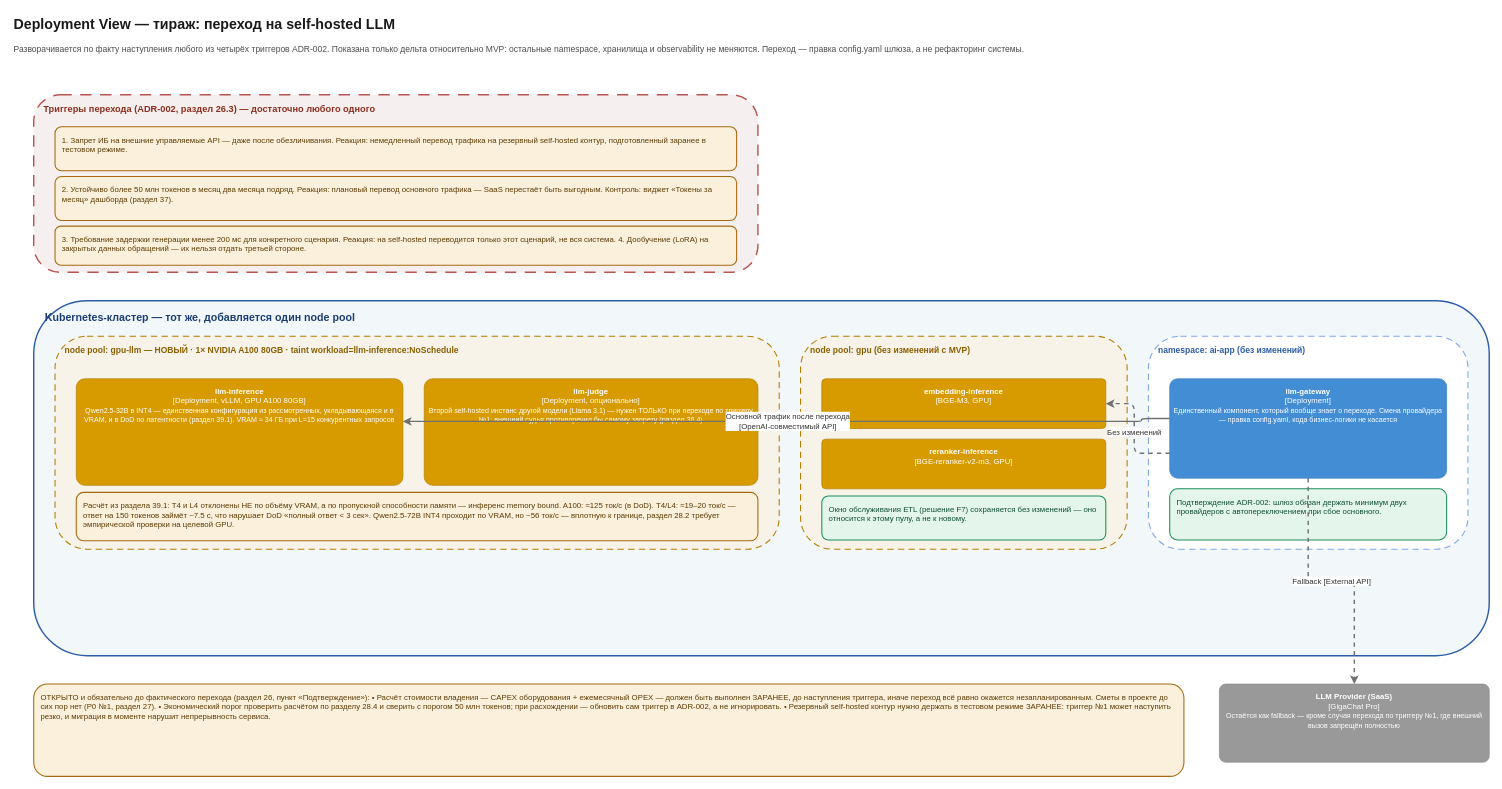
Above: page "Тираж — self-hosted LLM" (2 of 2) of AI_docs/C4_Deployment.drawio in barinoff1989/vodokanal-assistant (draw.io), before the change. Source tidied: cells renumbered, new cells numbered last; positions are measured from the earlier drawing's top-left corner, leaving out a move shared by most shapes. Both pictures are drawn from the tidied source at 71%, with x=0, y=0 at pixel (12, 12).
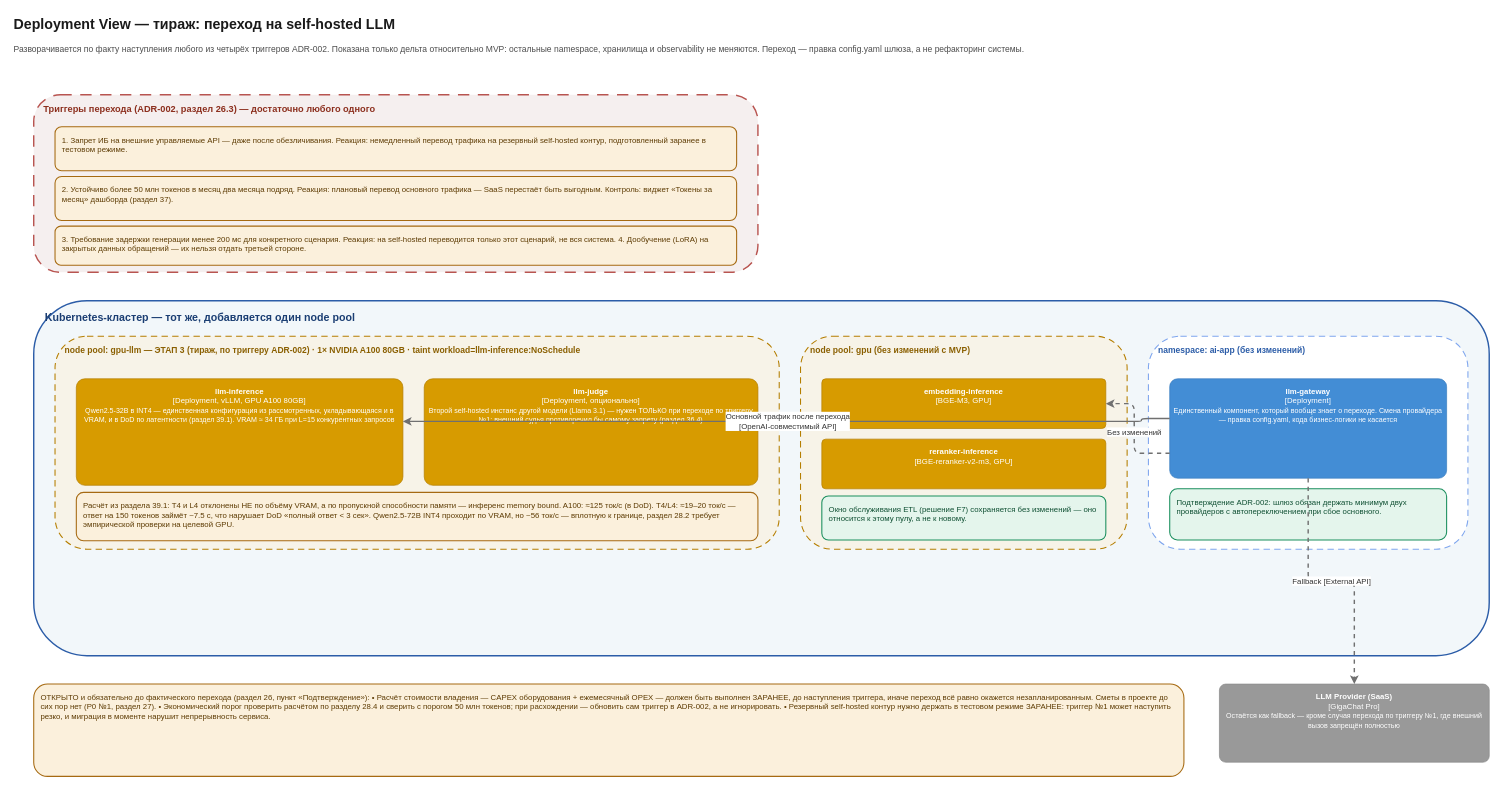
After the change.

What changed in the source:
```diff
@@
-    <mxCell id="9" value="node pool: gpu-llm  —  НОВЫЙ  ·  1× NVIDIA A100 80GB  ·  taint workload=llm-inference:NoSchedule" style="rounded=1;whiteSpace=wrap;html=1;fillColor=#F7F3E8;strokeColor=#B57E00;strokeWidth=1.5;dashed=1;dashPattern=6 4;verticalAlign=top;align=left;spacingLeft=12;spacingTop=6;fontSize=12;fontStyle=1;fontColor=#8A5F00;" parent="1" vertex="1">
+    <mxCell id="9" value="node pool: gpu-llm  —  ЭТАП 3 (тираж, по триггеру ADR-002)  ·  1× NVIDIA A100 80GB  ·  taint workload=llm-inference:NoSchedule" style="rounded=1;whiteSpace=wrap;html=1;fillColor=#F7F3E8;strokeColor=#B57E00;strokeWidth=1.5;dashed=1;dashPattern=6 4;verticalAlign=top;align=left;spacingLeft=12;spacingTop=6;fontSize=12;fontStyle=1;fontColor=#8A5F00;" parent="1" vertex="1">
       <mxGeometry x="60" y="456" width="1020" height="300" as="geometry" />
     </mxCell>
```
